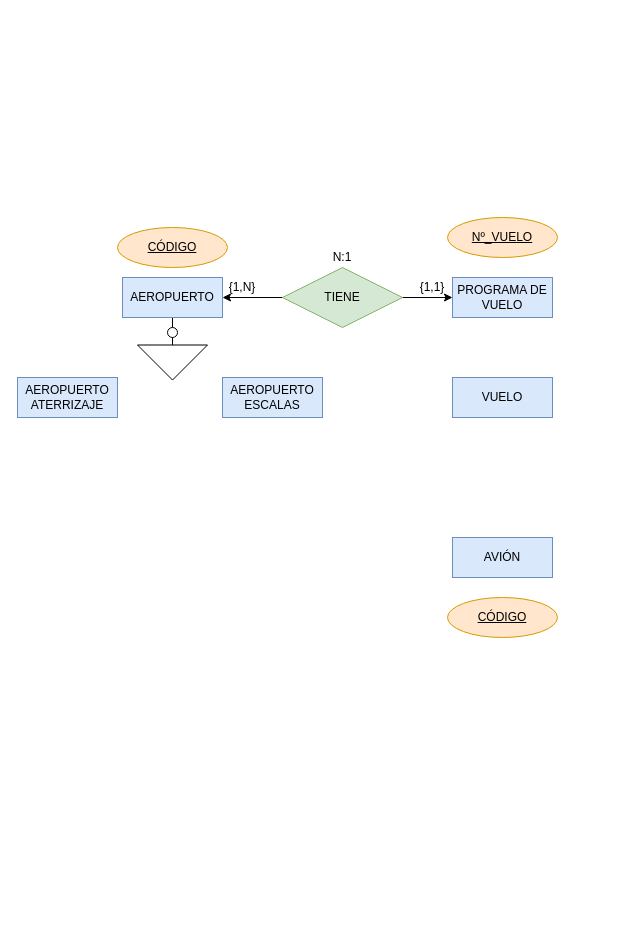
Earlier version of the draw.io diagram Ejercicio1_Examen.drawio (Axel-Vicente/BBDD). Source tidied: cells renumbered, new cells numbered last; positions are measured from the earlier drawing's top-left corner, leaving out a move shared by most shapes. Both pictures are drawn from the tidied source at 100%, with x=0, y=0 at pixel (17, 217).
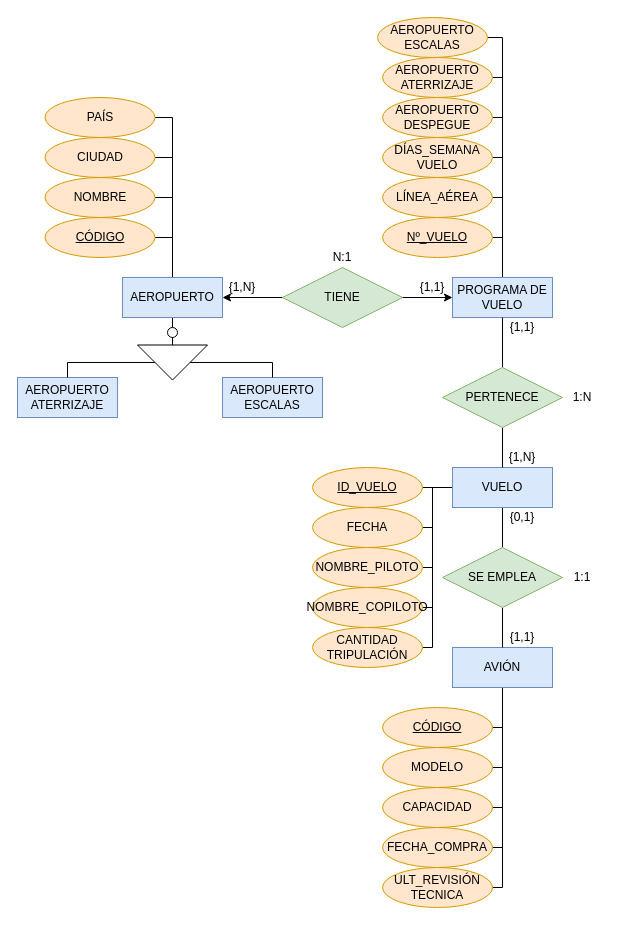
Above is the later version.

Unchanged cells that the change refers to:
```xml
<mxCell id="3" value="AEROPUERTO" style="whiteSpace=wrap;html=1;align=center;fillColor=#dae8fc;strokeColor=#6c8ebf;" parent="1" vertex="1">
  <mxGeometry x="105" y="60" width="100" height="40" as="geometry" />
</mxCell>
<mxCell id="10" value="PROGRAMA DE VUELO" style="whiteSpace=wrap;html=1;align=center;fillColor=#dae8fc;strokeColor=#6c8ebf;" parent="1" vertex="1">
  <mxGeometry x="435" y="60" width="100" height="40" as="geometry" />
</mxCell>
<mxCell id="11" value="AEROPUERTO ATERRIZAJE" style="whiteSpace=wrap;html=1;align=center;fillColor=#dae8fc;strokeColor=#6c8ebf;" parent="1" vertex="1">
  <mxGeometry y="160" width="100" height="40" as="geometry" />
</mxCell>
<mxCell id="12" value="AEROPUERTO ESCALAS" style="whiteSpace=wrap;html=1;align=center;fillColor=#dae8fc;strokeColor=#6c8ebf;" parent="1" vertex="1">
  <mxGeometry x="205" y="160" width="100" height="40" as="geometry" />
</mxCell>
<mxCell id="14" style="triangle;whiteSpace=wrap;html=1;rotation=90;" parent="1" vertex="1">
  <mxGeometry x="137.5" y="110" width="35" height="70" as="geometry" />
</mxCell>
```

What changed in the source:
```diff
@@
+    <mxCell id="21" style="edgeStyle=orthogonalEdgeStyle;rounded=0;jettySize=auto;html=1;exitX=0.5;exitY=0;exitDx=0;exitDy=0;entryX=1;entryY=0.5;entryDx=0;entryDy=0;endArrow=none;endFill=0;" parent="1" edge="1" source="3" target="61">
+      <mxGeometry relative="1" as="geometry">
+        <Array as="points">
+          <mxPoint x="155" y="-100" />
+        </Array>
+      </mxGeometry>
+    </mxCell>
+    <mxCell id="22" style="edgeStyle=orthogonalEdgeStyle;rounded=0;jettySize=auto;html=1;exitX=0.5;exitY=0;exitDx=0;exitDy=0;entryX=1;entryY=0.5;entryDx=0;entryDy=0;endArrow=none;endFill=0;" parent="1" edge="1" source="3" target="60">
+      <mxGeometry relative="1" as="geometry">
+        <Array as="points">
+          <mxPoint x="155" y="-60" />
+        </Array>
+      </mxGeometry>
+    </mxCell>
+    <mxCell id="23" style="edgeStyle=orthogonalEdgeStyle;rounded=0;jettySize=auto;html=1;exitX=0.5;exitY=0;exitDx=0;exitDy=0;entryX=1;entryY=0.5;entryDx=0;entryDy=0;endArrow=none;endFill=0;" parent="1" edge="1" source="3" target="59">
+      <mxGeometry relative="1" as="geometry">
+        <Array as="points">
+          <mxPoint x="155" y="-20" />
+        </Array>
+      </mxGeometry>
+    </mxCell>
+    <mxCell id="24" style="edgeStyle=orthogonalEdgeStyle;rounded=0;jettySize=auto;html=1;exitX=0.5;exitY=0;exitDx=0;exitDy=0;entryX=1;entryY=0.5;entryDx=0;entryDy=0;endArrow=none;endFill=0;" parent="1" edge="1" source="3" target="7">
+      <mxGeometry relative="1" as="geometry">
+        <Array as="points">
+          <mxPoint x="155" y="20" />
+        </Array>
+      </mxGeometry>
+    </mxCell>
@@
     <mxCell id="7" value="CÓDIGO" style="ellipse;whiteSpace=wrap;html=1;align=center;fillColor=#ffe6cc;strokeColor=#d79b00;fontStyle=4;" parent="1" vertex="1">
-      <mxGeometry x="100" y="10" width="110" height="40" as="geometry" />
+      <mxGeometry x="27.5" width="110" height="40" as="geometry" />
     </mxCell>
@@
+    <mxCell id="25" style="edgeStyle=orthogonalEdgeStyle;rounded=0;jettySize=auto;html=1;exitX=0.5;exitY=0;exitDx=0;exitDy=0;entryX=1;entryY=0.5;entryDx=0;entryDy=0;endArrow=none;endFill=0;" parent="1" edge="1" source="10" target="65">
+      <mxGeometry relative="1" as="geometry">
+        <Array as="points">
+          <mxPoint x="485" y="-140" />
+        </Array>
+      </mxGeometry>
+    </mxCell>
+    <mxCell id="26" style="edgeStyle=orthogonalEdgeStyle;rounded=0;jettySize=auto;html=1;exitX=0.5;exitY=0;exitDx=0;exitDy=0;entryX=1;entryY=0.5;entryDx=0;entryDy=0;endArrow=none;endFill=0;" parent="1" edge="1" source="10" target="64">
+      <mxGeometry relative="1" as="geometry">
+        <Array as="points">
+          <mxPoint x="485" y="-100" />
+        </Array>
+      </mxGeometry>
+    </mxCell>
+    <mxCell id="27" style="edgeStyle=orthogonalEdgeStyle;rounded=0;jettySize=auto;html=1;exitX=0.5;exitY=0;exitDx=0;exitDy=0;entryX=1;entryY=0.5;entryDx=0;entryDy=0;endArrow=none;endFill=0;" parent="1" edge="1" source="10" target="63">
+      <mxGeometry relative="1" as="geometry">
+        <Array as="points">
+          <mxPoint x="485" y="-60" />
+        </Array>
+      </mxGeometry>
+    </mxCell>
+    <mxCell id="28" style="edgeStyle=orthogonalEdgeStyle;rounded=0;jettySize=auto;html=1;exitX=0.5;exitY=0;exitDx=0;exitDy=0;entryX=1;entryY=0.5;entryDx=0;entryDy=0;endArrow=none;endFill=0;" parent="1" edge="1" source="10" target="62">
+      <mxGeometry relative="1" as="geometry">
+        <Array as="points">
+          <mxPoint x="485" y="-20" />
+        </Array>
+      </mxGeometry>
+    </mxCell>
+    <mxCell id="29" style="edgeStyle=orthogonalEdgeStyle;rounded=0;jettySize=auto;html=1;exitX=0.5;exitY=0;exitDx=0;exitDy=0;entryX=1;entryY=0.5;entryDx=0;entryDy=0;endArrow=none;endFill=0;" parent="1" edge="1" source="10" target="20">
+      <mxGeometry relative="1" as="geometry">
+        <Array as="points">
+          <mxPoint x="485" y="20" />
+        </Array>
+      </mxGeometry>
+    </mxCell>
+    <mxCell id="30" style="edgeStyle=orthogonalEdgeStyle;rounded=0;jettySize=auto;html=1;exitX=0.5;exitY=0;exitDx=0;exitDy=0;entryX=1;entryY=0.5;entryDx=0;entryDy=0;endArrow=none;endFill=0;" parent="1" edge="1" source="10" target="66">
+      <mxGeometry relative="1" as="geometry">
+        <Array as="points">
+          <mxPoint x="485" y="-180" />
+        </Array>
+      </mxGeometry>
+    </mxCell>
@@
+    <mxCell id="31" style="edgeStyle=orthogonalEdgeStyle;rounded=0;jettySize=auto;html=1;exitX=0.5;exitY=1;exitDx=0;exitDy=0;entryX=0.5;entryY=0;entryDx=0;entryDy=0;endArrow=none;endFill=0;" parent="1" edge="1" source="14" target="11">
+      <mxGeometry relative="1" as="geometry">
+        <Array as="points">
+          <mxPoint x="50" y="145" />
+        </Array>
+      </mxGeometry>
+    </mxCell>
+    <mxCell id="32" style="edgeStyle=orthogonalEdgeStyle;rounded=0;jettySize=auto;html=1;exitX=0.5;exitY=0;exitDx=0;exitDy=0;entryX=0.5;entryY=0;entryDx=0;entryDy=0;endArrow=none;endFill=0;" parent="1" edge="1" source="14" target="12">
+      <mxGeometry relative="1" as="geometry">
+        <Array as="points">
+          <mxPoint x="255" y="145" />
+        </Array>
+      </mxGeometry>
+    </mxCell>
@@
+    <mxCell id="33" style="edgeStyle=orthogonalEdgeStyle;rounded=0;jettySize=auto;html=1;exitX=0.5;exitY=1;exitDx=0;exitDy=0;entryX=0.5;entryY=0;entryDx=0;entryDy=0;endArrow=none;endFill=0;" parent="1" edge="1" source="17" target="51">
+      <mxGeometry relative="1" as="geometry" />
+    </mxCell>
+    <mxCell id="34" style="edgeStyle=orthogonalEdgeStyle;rounded=0;jettySize=auto;html=1;exitX=0;exitY=0.5;exitDx=0;exitDy=0;entryX=1;entryY=0.5;entryDx=0;entryDy=0;endArrow=none;endFill=0;" parent="1" edge="1" source="17" target="67">
+      <mxGeometry relative="1" as="geometry" />
+    </mxCell>
+    <mxCell id="35" style="edgeStyle=orthogonalEdgeStyle;rounded=0;jettySize=auto;html=1;exitX=0;exitY=0.5;exitDx=0;exitDy=0;entryX=1;entryY=0.5;entryDx=0;entryDy=0;endArrow=none;endFill=0;" parent="1" edge="1" source="17" target="68">
+      <mxGeometry relative="1" as="geometry" />
+    </mxCell>
+    <mxCell id="36" style="edgeStyle=orthogonalEdgeStyle;rounded=0;jettySize=auto;html=1;exitX=0;exitY=0.5;exitDx=0;exitDy=0;entryX=1;entryY=0.5;entryDx=0;entryDy=0;endArrow=none;endFill=0;" parent="1" edge="1" source="17" target="69">
+      <mxGeometry relative="1" as="geometry">
+        <Array as="points">
+          <mxPoint x="415" y="270" />
+          <mxPoint x="415" y="350" />
+        </Array>
+      </mxGeometry>
+    </mxCell>
+    <mxCell id="37" style="edgeStyle=orthogonalEdgeStyle;rounded=0;jettySize=auto;html=1;exitX=0;exitY=0.5;exitDx=0;exitDy=0;entryX=1;entryY=0.5;entryDx=0;entryDy=0;endArrow=none;endFill=0;" parent="1" edge="1" source="17" target="70">
+      <mxGeometry relative="1" as="geometry">
+        <Array as="points">
+          <mxPoint x="415" y="270" />
+          <mxPoint x="415" y="390" />
+        </Array>
+      </mxGeometry>
+    </mxCell>
+    <mxCell id="38" style="edgeStyle=orthogonalEdgeStyle;rounded=0;jettySize=auto;html=1;exitX=0;exitY=0.5;exitDx=0;exitDy=0;entryX=1;entryY=0.5;entryDx=0;entryDy=0;endArrow=none;endFill=0;" parent="1" edge="1" source="17" target="71">
+      <mxGeometry relative="1" as="geometry">
+        <Array as="points">
+          <mxPoint x="415" y="270" />
+          <mxPoint x="415" y="430" />
+        </Array>
+      </mxGeometry>
+    </mxCell>
     <mxCell id="17" value="VUELO" style="whiteSpace=wrap;html=1;align=center;fillColor=#dae8fc;strokeColor=#6c8ebf;" parent="1" vertex="1">
-      <mxGeometry x="435" y="160" width="100" height="40" as="geometry" />
+      <mxGeometry x="435" y="250" width="100" height="40" as="geometry" />
     </mxCell>
+    <mxCell id="39" style="edgeStyle=orthogonalEdgeStyle;rounded=0;jettySize=auto;html=1;exitX=0.5;exitY=1;exitDx=0;exitDy=0;entryX=1;entryY=0.5;entryDx=0;entryDy=0;endArrow=none;endFill=0;" parent="1" edge="1" source="18" target="58">
+      <mxGeometry relative="1" as="geometry">
+        <Array as="points">
+          <mxPoint x="485" y="670" />
+        </Array>
+      </mxGeometry>
+    </mxCell>
+    <mxCell id="40" style="edgeStyle=orthogonalEdgeStyle;rounded=0;jettySize=auto;html=1;exitX=0.5;exitY=1;exitDx=0;exitDy=0;entryX=1;entryY=0.5;entryDx=0;entryDy=0;endArrow=none;endFill=0;" parent="1" edge="1" source="18" target="19">
+      <mxGeometry relative="1" as="geometry">
+        <Array as="points">
+          <mxPoint x="485" y="510" />
+        </Array>
+      </mxGeometry>
+    </mxCell>
+    <mxCell id="41" style="edgeStyle=orthogonalEdgeStyle;rounded=0;jettySize=auto;html=1;exitX=0.5;exitY=1;exitDx=0;exitDy=0;entryX=1;entryY=0.5;entryDx=0;entryDy=0;endArrow=none;endFill=0;" parent="1" edge="1" source="18" target="55">
+      <mxGeometry relative="1" as="geometry">
+        <Array as="points">
+          <mxPoint x="485" y="550" />
+        </Array>
+      </mxGeometry>
+    </mxCell>
+    <mxCell id="42" style="edgeStyle=orthogonalEdgeStyle;rounded=0;jettySize=auto;html=1;entryX=1;entryY=0.5;entryDx=0;entryDy=0;endArrow=none;endFill=0;" parent="1" edge="1" source="18" target="56">
+      <mxGeometry relative="1" as="geometry">
+        <Array as="points">
+          <mxPoint x="485" y="590" />
+        </Array>
+      </mxGeometry>
+    </mxCell>
+    <mxCell id="43" style="edgeStyle=orthogonalEdgeStyle;rounded=0;jettySize=auto;html=1;exitX=0.5;exitY=1;exitDx=0;exitDy=0;entryX=1;entryY=0.5;entryDx=0;entryDy=0;endArrow=none;endFill=0;" parent="1" edge="1" source="18" target="57">
+      <mxGeometry relative="1" as="geometry">
+        <Array as="points">
+          <mxPoint x="485" y="630" />
+        </Array>
+      </mxGeometry>
+    </mxCell>
     <mxCell id="18" value="AVIÓN" style="whiteSpace=wrap;html=1;align=center;fillColor=#dae8fc;strokeColor=#6c8ebf;" parent="1" vertex="1">
-      <mxGeometry x="435" y="320" width="100" height="40" as="geometry" />
+      <mxGeometry x="435" y="430" width="100" height="40" as="geometry" />
     </mxCell>
     <mxCell id="19" value="CÓDIGO" style="ellipse;whiteSpace=wrap;html=1;align=center;fillColor=#ffe6cc;strokeColor=#d79b00;fontStyle=4;" parent="1" vertex="1">
-      <mxGeometry x="430" y="380" width="110" height="40" as="geometry" />
+      <mxGeometry x="365" y="490" width="110" height="40" as="geometry" />
     </mxCell>
     <mxCell id="20" value="Nº_VUELO" style="ellipse;whiteSpace=wrap;html=1;align=center;fillColor=#ffe6cc;strokeColor=#d79b00;fontStyle=4;" parent="1" vertex="1">
-      <mxGeometry x="430" width="110" height="40" as="geometry" />
+      <mxGeometry x="365" width="110" height="40" as="geometry" />
     </mxCell>
+    <mxCell id="44" style="edgeStyle=orthogonalEdgeStyle;rounded=0;jettySize=auto;html=1;exitX=0.5;exitY=1;exitDx=0;exitDy=0;entryX=0.5;entryY=0;entryDx=0;entryDy=0;endArrow=none;endFill=0;" parent="1" edge="1" source="46" target="17">
+      <mxGeometry relative="1" as="geometry" />
+    </mxCell>
+    <mxCell id="45" style="edgeStyle=orthogonalEdgeStyle;rounded=0;jettySize=auto;html=1;exitX=0.5;exitY=0;exitDx=0;exitDy=0;entryX=0.5;entryY=1;entryDx=0;entryDy=0;endArrow=none;endFill=0;" parent="1" edge="1" source="46" target="10">
+      <mxGeometry relative="1" as="geometry" />
+    </mxCell>
+    <mxCell id="46" value="PERTENECE" style="shape=rhombus;perimeter=rhombusPerimeter;whiteSpace=wrap;html=1;align=center;fillColor=#d5e8d4;strokeColor=#82b366;" parent="1" vertex="1">
+      <mxGeometry x="425" y="150" width="120" height="60" as="geometry" />
+    </mxCell>
+    <mxCell id="47" value="{1,N}" style="text;html=1;strokeColor=none;fillColor=none;align=center;verticalAlign=middle;whiteSpace=wrap;rounded=0;" parent="1" vertex="1">
+      <mxGeometry x="485" y="230" width="40" height="20" as="geometry" />
+    </mxCell>
+    <mxCell id="48" value="{1,1}" style="text;html=1;strokeColor=none;fillColor=none;align=center;verticalAlign=middle;whiteSpace=wrap;rounded=0;" parent="1" vertex="1">
+      <mxGeometry x="485" y="100" width="40" height="20" as="geometry" />
+    </mxCell>
+    <mxCell id="49" value="1:N" style="text;html=1;strokeColor=none;fillColor=none;align=center;verticalAlign=middle;whiteSpace=wrap;rounded=0;" parent="1" vertex="1">
+      <mxGeometry x="545" y="170" width="40" height="20" as="geometry" />
+    </mxCell>
+    <mxCell id="50" style="edgeStyle=orthogonalEdgeStyle;rounded=0;jettySize=auto;html=1;exitX=0.5;exitY=1;exitDx=0;exitDy=0;entryX=0.5;entryY=0;entryDx=0;entryDy=0;endArrow=none;endFill=0;" parent="1" edge="1" source="51" target="18">
+      <mxGeometry relative="1" as="geometry" />
+    </mxCell>
+    <mxCell id="51" value="SE EMPLEA" style="shape=rhombus;perimeter=rhombusPerimeter;whiteSpace=wrap;html=1;align=center;fillColor=#d5e8d4;strokeColor=#82b366;" parent="1" vertex="1">
+      <mxGeometry x="425" y="330" width="120" height="60" as="geometry" />
+    </mxCell>
+    <mxCell id="52" value="{0,1}" style="text;html=1;strokeColor=none;fillColor=none;align=center;verticalAlign=middle;whiteSpace=wrap;rounded=0;" parent="1" vertex="1">
+      <mxGeometry x="485" y="290" width="40" height="20" as="geometry" />
+    </mxCell>
+    <mxCell id="53" value="{1,1}" style="text;html=1;strokeColor=none;fillColor=none;align=center;verticalAlign=middle;whiteSpace=wrap;rounded=0;" parent="1" vertex="1">
+      <mxGeometry x="485" y="410" width="40" height="20" as="geometry" />
+    </mxCell>
+    <mxCell id="54" value="1:1" style="text;html=1;strokeColor=none;fillColor=none;align=center;verticalAlign=middle;whiteSpace=wrap;rounded=0;" parent="1" vertex="1">
+      <mxGeometry x="545" y="350" width="40" height="20" as="geometry" />
+    </mxCell>
+    <mxCell id="55" value="MODELO" style="ellipse;whiteSpace=wrap;html=1;align=center;fillColor=#ffe6cc;strokeColor=#d79b00;fontStyle=0;" parent="1" vertex="1">
+      <mxGeometry x="365" y="530" width="110" height="40" as="geometry" />
+    </mxCell>
+    <mxCell id="56" value="CAPACIDAD" style="ellipse;whiteSpace=wrap;html=1;align=center;fillColor=#ffe6cc;strokeColor=#d79b00;fontStyle=0;" parent="1" vertex="1">
+      <mxGeometry x="365" y="570" width="110" height="40" as="geometry" />
+    </mxCell>
+    <mxCell id="57" value="FECHA_COMPRA" style="ellipse;whiteSpace=wrap;html=1;align=center;fillColor=#ffe6cc;strokeColor=#d79b00;fontStyle=0;" parent="1" vertex="1">
+      <mxGeometry x="365" y="610" width="110" height="40" as="geometry" />
+    </mxCell>
+    <mxCell id="58" value="ULT_REVISIÓN TECNICA" style="ellipse;whiteSpace=wrap;html=1;align=center;fillColor=#ffe6cc;strokeColor=#d79b00;fontStyle=0;" parent="1" vertex="1">
+      <mxGeometry x="365" y="650" width="110" height="40" as="geometry" />
+    </mxCell>
+    <mxCell id="59" value="NOMBRE" style="ellipse;whiteSpace=wrap;html=1;align=center;fillColor=#ffe6cc;strokeColor=#d79b00;fontStyle=0;" parent="1" vertex="1">
+      <mxGeometry x="27.5" y="-40" width="110" height="40" as="geometry" />
+    </mxCell>
+    <mxCell id="60" value="CIUDAD" style="ellipse;whiteSpace=wrap;html=1;align=center;fillColor=#ffe6cc;strokeColor=#d79b00;fontStyle=0;" parent="1" vertex="1">
+      <mxGeometry x="27.5" y="-80" width="110" height="40" as="geometry" />
+    </mxCell>
+    <mxCell id="61" value="PAÍS" style="ellipse;whiteSpace=wrap;html=1;align=center;fillColor=#ffe6cc;strokeColor=#d79b00;fontStyle=0;" parent="1" vertex="1">
+      <mxGeometry x="27.5" y="-120" width="110" height="40" as="geometry" />
+    </mxCell>
+    <mxCell id="62" value="LÍNEA_AÉREA" style="ellipse;whiteSpace=wrap;html=1;align=center;fillColor=#ffe6cc;strokeColor=#d79b00;fontStyle=0;" parent="1" vertex="1">
+      <mxGeometry x="365" y="-40" width="110" height="40" as="geometry" />
+    </mxCell>
+    <mxCell id="63" value="DÍAS_SEMANA&lt;br&gt;VUELO" style="ellipse;whiteSpace=wrap;html=1;align=center;fillColor=#ffe6cc;strokeColor=#d79b00;fontStyle=0;" parent="1" vertex="1">
+      <mxGeometry x="365" y="-80" width="110" height="40" as="geometry" />
+    </mxCell>
+    <mxCell id="64" value="AEROPUERTO DESPEGUE" style="ellipse;whiteSpace=wrap;html=1;align=center;fillColor=#ffe6cc;strokeColor=#d79b00;fontStyle=0;" parent="1" vertex="1">
+      <mxGeometry x="365" y="-120" width="110" height="40" as="geometry" />
+    </mxCell>
+    <mxCell id="65" value="AEROPUERTO ATERRIZAJE" style="ellipse;whiteSpace=wrap;html=1;align=center;fillColor=#ffe6cc;strokeColor=#d79b00;fontStyle=0;" parent="1" vertex="1">
+      <mxGeometry x="365" y="-160" width="110" height="40" as="geometry" />
+    </mxCell>
+    <mxCell id="66" value="AEROPUERTO ESCALAS" style="ellipse;whiteSpace=wrap;html=1;align=center;fillColor=#ffe6cc;strokeColor=#d79b00;fontStyle=0;" parent="1" vertex="1">
+      <mxGeometry x="360" y="-200" width="110" height="40" as="geometry" />
+    </mxCell>
+    <mxCell id="67" value="ID_VUELO" style="ellipse;whiteSpace=wrap;html=1;align=center;fillColor=#ffe6cc;strokeColor=#d79b00;fontStyle=4;" parent="1" vertex="1">
+      <mxGeometry x="295" y="250" width="110" height="40" as="geometry" />
+    </mxCell>
+    <mxCell id="68" value="FECHA" style="ellipse;whiteSpace=wrap;html=1;align=center;fillColor=#ffe6cc;strokeColor=#d79b00;fontStyle=0;" parent="1" vertex="1">
+      <mxGeometry x="295" y="290" width="110" height="40" as="geometry" />
+    </mxCell>
+    <mxCell id="69" value="NOMBRE_PILOTO" style="ellipse;whiteSpace=wrap;html=1;align=center;fillColor=#ffe6cc;strokeColor=#d79b00;fontStyle=0;" parent="1" vertex="1">
+      <mxGeometry x="295" y="330" width="110" height="40" as="geometry" />
+    </mxCell>
+    <mxCell id="70" value="NOMBRE_COPILOTO" style="ellipse;whiteSpace=wrap;html=1;align=center;fillColor=#ffe6cc;strokeColor=#d79b00;fontStyle=0;" parent="1" vertex="1">
+      <mxGeometry x="295" y="370" width="110" height="40" as="geometry" />
+    </mxCell>
+    <mxCell id="71" value="CANTIDAD TRIPULACIÓN" style="ellipse;whiteSpace=wrap;html=1;align=center;fillColor=#ffe6cc;strokeColor=#d79b00;fontStyle=0;" parent="1" vertex="1">
+      <mxGeometry x="295" y="410" width="110" height="40" as="geometry" />
+    </mxCell>
```
